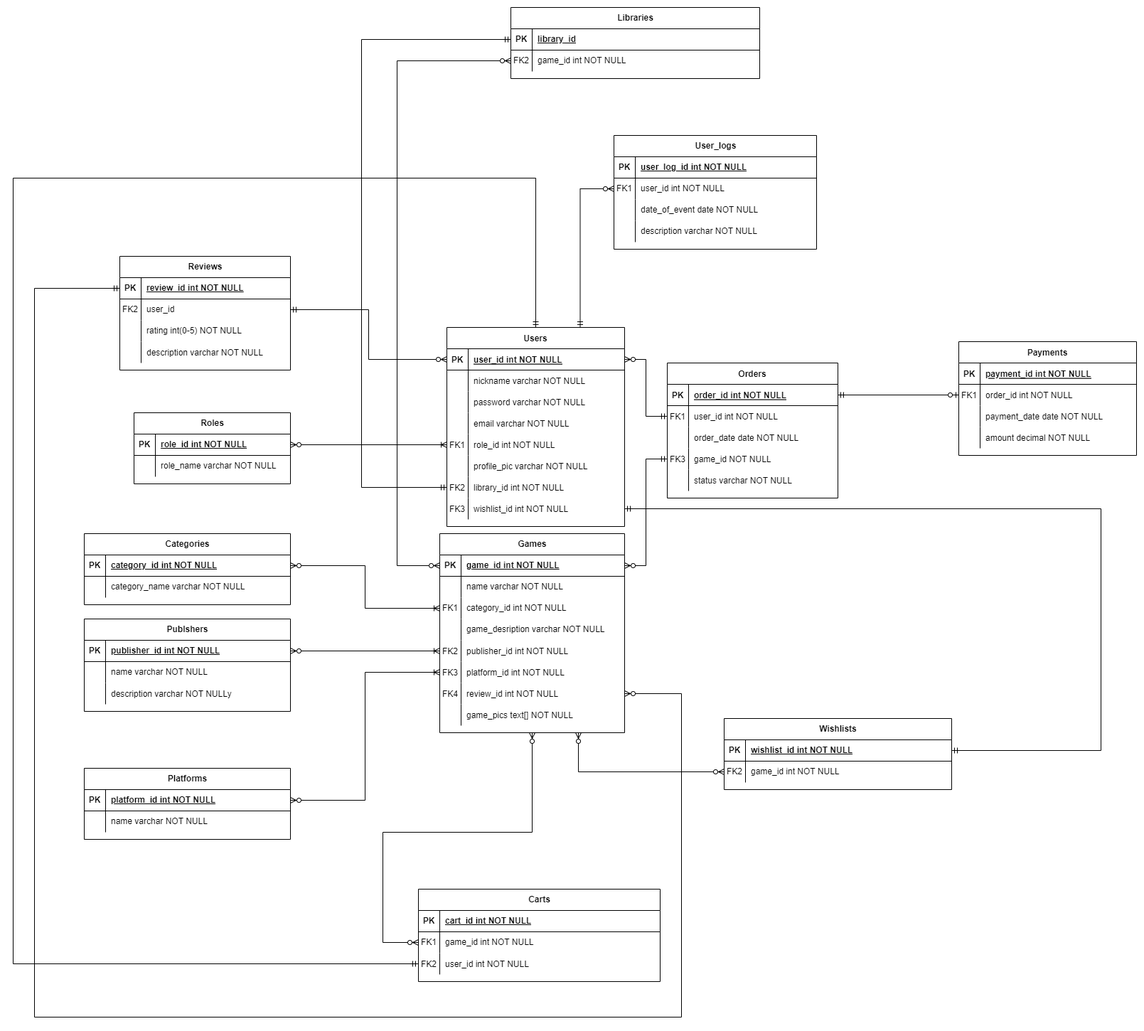
The draw.io diagram diagram.png in westcrime/data-models-and-database-management-systems, before a commit. Source tidied: cells renumbered, new cells last; positions are measured from the earlier drawing's top-left corner, leaving out a move shared by most shapes.
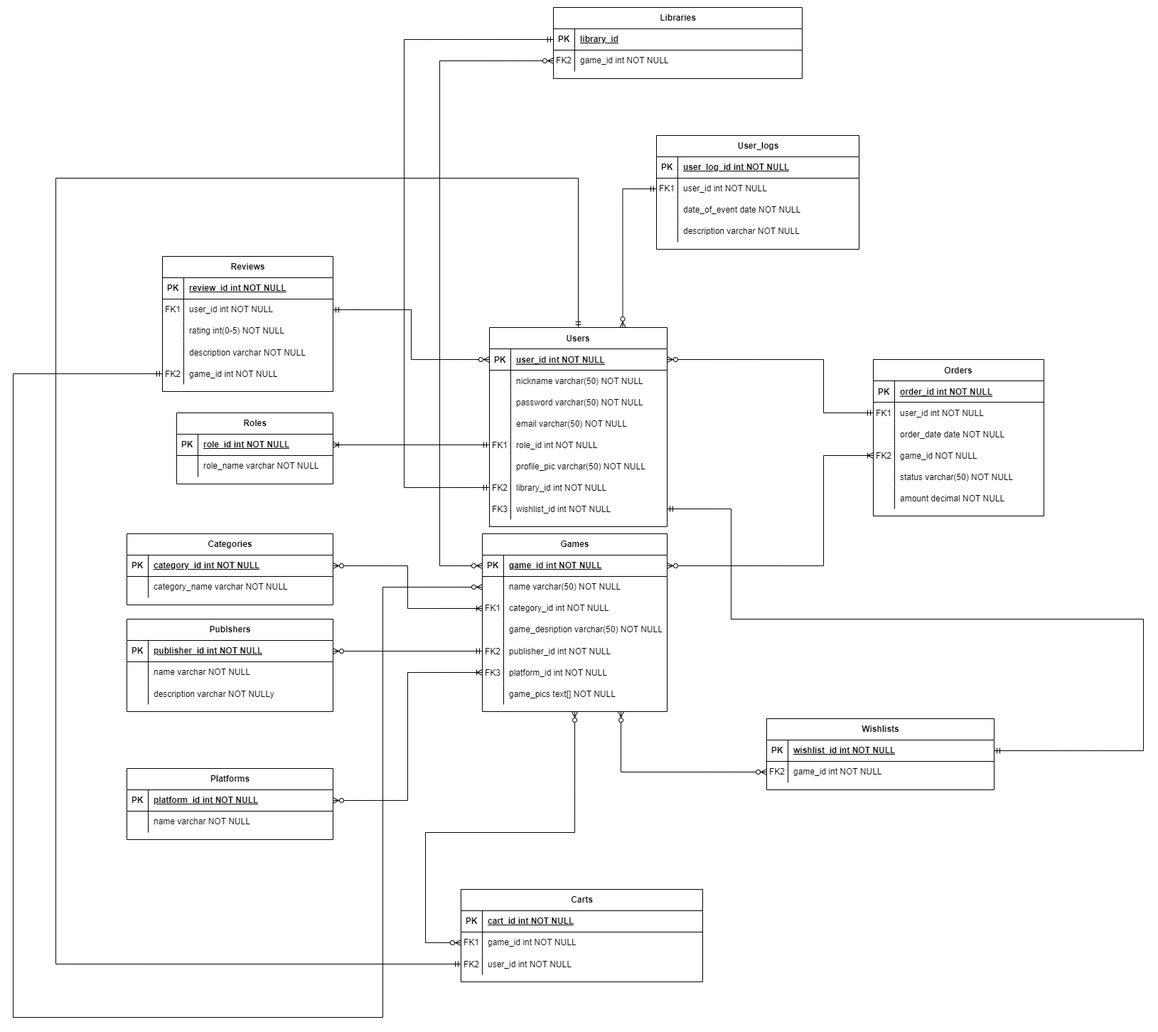
Later version of the same file.

Diff of the diagram source:
```diff
@@ -5,3 +5,3 @@
     <mxCell id="2" value="Orders" style="shape=table;startSize=30;rowLines=0;fontStyle=1;align=center;" parent="1" vertex="1">
-      <mxGeometry x="920" y="500" width="240" height="190" as="geometry" />
+      <mxGeometry x="1150" y="495" width="240" height="220" as="geometry" />
     </mxCell>
@@ -37,3 +37,3 @@
     </mxCell>
-    <mxCell id="13" value="FK3" style="shape=partialRectangle;fillColor=none;top=0;left=0;bottom=0;right=0;overflow=hidden;" parent="12" vertex="1">
+    <mxCell id="13" value="FK2" style="shape=partialRectangle;fillColor=none;top=0;left=0;bottom=0;right=0;overflow=hidden;" parent="12" vertex="1">
       <mxGeometry width="30" height="30" as="geometry" />
@@ -49,43 +49,13 @@
     </mxCell>
-    <mxCell id="17" value="status varchar NOT NULL" style="shape=partialRectangle;fillColor=none;top=0;left=0;bottom=0;right=0;align=left;spacingLeft=6;overflow=hidden;" parent="15" vertex="1">
+    <mxCell id="17" value="status varchar(50) NOT NULL" style="shape=partialRectangle;fillColor=none;top=0;left=0;bottom=0;right=0;align=left;spacingLeft=6;overflow=hidden;" parent="15" vertex="1">
       <mxGeometry x="30" width="210" height="30" as="geometry" />
     </mxCell>
-    <mxCell id="18" value="Payments" style="shape=table;startSize=30;rowLines=0;fontStyle=1;align=center;" parent="1" vertex="1">
-      <mxGeometry x="1330" y="470" width="250" height="160" as="geometry" />
-    </mxCell>
-    <mxCell id="19" style="shape=partialRectangle;fillColor=none;top=0;left=0;right=0;bottom=1;" parent="18" vertex="1">
-      <mxGeometry y="30" width="250" height="30" as="geometry" />
-    </mxCell>
-    <mxCell id="20" value="PK" style="shape=partialRectangle;overflow=hidden;fillColor=none;top=0;left=0;bottom=0;right=0;fontStyle=1;" parent="19" vertex="1">
-      <mxGeometry width="30" height="30" as="geometry" />
-    </mxCell>
-    <mxCell id="21" value="payment_id int NOT NULL " style="shape=partialRectangle;overflow=hidden;fillColor=none;top=0;left=0;bottom=0;right=0;align=left;spacingLeft=6;fontStyle=5;" parent="19" vertex="1">
-      <mxGeometry x="30" width="220" height="30" as="geometry" />
-    </mxCell>
-    <mxCell id="22" style="shape=partialRectangle;fillColor=none;points=[[0,0.5],[1,0.5]];portConstraint=eastwest;top=0;left=0;right=0;bottom=0;" parent="18" vertex="1">
-      <mxGeometry y="60" width="250" height="30" as="geometry" />
-    </mxCell>
-    <mxCell id="23" value="FK1" style="shape=partialRectangle;overflow=hidden;fillColor=none;top=0;left=0;bottom=0;right=0;" parent="22" vertex="1">
-      <mxGeometry width="30" height="30" as="geometry" />
-    </mxCell>
-    <mxCell id="24" value="order_id int NOT NULL" style="shape=partialRectangle;overflow=hidden;fillColor=none;top=0;left=0;bottom=0;right=0;align=left;spacingLeft=6;" parent="22" vertex="1">
-      <mxGeometry x="30" width="220" height="30" as="geometry" />
-    </mxCell>
-    <mxCell id="25" style="shape=partialRectangle;fillColor=none;top=0;left=0;right=0;bottom=0;" parent="18" vertex="1">
-      <mxGeometry y="90" width="250" height="30" as="geometry" />
-    </mxCell>
-    <mxCell id="26" style="shape=partialRectangle;overflow=hidden;fillColor=none;top=0;left=0;bottom=0;right=0;" parent="25" vertex="1">
-      <mxGeometry width="30" height="30" as="geometry" />
-    </mxCell>
-    <mxCell id="27" value="payment_date date NOT NULL" style="shape=partialRectangle;overflow=hidden;fillColor=none;top=0;left=0;bottom=0;right=0;align=left;spacingLeft=6;" parent="25" vertex="1">
-      <mxGeometry x="30" width="220" height="30" as="geometry" />
-    </mxCell>
-    <mxCell id="28" style="shape=tableRow;horizontal=0;startSize=0;swimlaneHead=0;swimlaneBody=0;fillColor=none;top=0;left=0;right=0;bottom=0;" parent="18" vertex="1">
-      <mxGeometry y="120" width="250" height="30" as="geometry" />
-    </mxCell>
+    <mxCell id="178" style="shape=tableRow;horizontal=0;startSize=0;swimlaneHead=0;swimlaneBody=0;fillColor=none;top=0;left=0;right=0;bottom=0;" parent="2" vertex="1">
+      <mxGeometry y="180" width="240" height="30" as="geometry" />
+    </mxCell>
-    <mxCell id="29" style="shape=partialRectangle;fillColor=none;top=0;left=0;bottom=0;right=0;overflow=hidden;" parent="28" vertex="1">
+    <mxCell id="29" style="shape=partialRectangle;fillColor=none;top=0;left=0;bottom=0;right=0;overflow=hidden;" parent="178" vertex="1">
       <mxGeometry width="30" height="30" as="geometry" />
     </mxCell>
-    <mxCell id="30" value="amount decimal NOT NULL" style="shape=partialRectangle;fillColor=none;top=0;left=0;bottom=0;right=0;align=left;spacingLeft=6;overflow=hidden;" parent="28" vertex="1">
-      <mxGeometry x="30" width="220" height="30" as="geometry" />
+    <mxCell id="30" value="amount decimal NOT NULL" style="shape=partialRectangle;fillColor=none;top=0;left=0;bottom=0;right=0;align=left;spacingLeft=6;overflow=hidden;" parent="178" vertex="1">
+      <mxGeometry x="30" width="210" height="30" as="geometry" />
     </mxCell>
@@ -109,3 +79,3 @@
     </mxCell>
-    <mxCell id="37" value="nickname varchar NOT NULL" style="shape=partialRectangle;overflow=hidden;fillColor=none;top=0;left=0;bottom=0;right=0;align=left;spacingLeft=6;" parent="35" vertex="1">
+    <mxCell id="37" value="nickname varchar(50) NOT NULL" style="shape=partialRectangle;overflow=hidden;fillColor=none;top=0;left=0;bottom=0;right=0;align=left;spacingLeft=6;" parent="35" vertex="1">
       <mxGeometry x="30" width="220" height="30" as="geometry" />
@@ -118,3 +88,3 @@
     </mxCell>
-    <mxCell id="40" value="password varchar NOT NULL" style="shape=partialRectangle;fillColor=none;top=0;left=0;bottom=0;right=0;align=left;spacingLeft=6;overflow=hidden;" parent="38" vertex="1">
+    <mxCell id="40" value="password varchar(50) NOT NULL" style="shape=partialRectangle;fillColor=none;top=0;left=0;bottom=0;right=0;align=left;spacingLeft=6;overflow=hidden;" parent="38" vertex="1">
       <mxGeometry x="30" width="220" height="30" as="geometry" />
@@ -127,3 +97,3 @@
     </mxCell>
-    <mxCell id="43" value="email varchar NOT NULL" style="shape=partialRectangle;fillColor=none;top=0;left=0;bottom=0;right=0;align=left;spacingLeft=6;overflow=hidden;" parent="41" vertex="1">
+    <mxCell id="43" value="email varchar(50) NOT NULL" style="shape=partialRectangle;fillColor=none;top=0;left=0;bottom=0;right=0;align=left;spacingLeft=6;overflow=hidden;" parent="41" vertex="1">
       <mxGeometry x="30" width="220" height="30" as="geometry" />
@@ -145,3 +115,3 @@
     </mxCell>
-    <mxCell id="49" value="profile_pic varchar NOT NULL" style="shape=partialRectangle;fillColor=none;top=0;left=0;bottom=0;right=0;align=left;spacingLeft=6;overflow=hidden;" parent="47" vertex="1">
+    <mxCell id="49" value="profile_pic varchar(50) NOT NULL" style="shape=partialRectangle;fillColor=none;top=0;left=0;bottom=0;right=0;align=left;spacingLeft=6;overflow=hidden;" parent="47" vertex="1">
       <mxGeometry x="30" width="220" height="30" as="geometry" />
@@ -167,3 +137,3 @@
     <mxCell id="56" value="Games" style="shape=table;startSize=30;rowLines=0;fontStyle=1;align=center;html=1;" parent="1" vertex="1">
-      <mxGeometry x="600" y="740" width="260" height="280" as="geometry" />
+      <mxGeometry x="600" y="740" width="260" height="250" as="geometry" />
     </mxCell>
@@ -184,3 +154,3 @@
     </mxCell>
-    <mxCell id="62" value="name varchar NOT NULL" style="shape=partialRectangle;fillColor=none;top=0;left=0;bottom=0;right=0;align=left;spacingLeft=6;overflow=hidden;whiteSpace=wrap;html=1;" parent="60" vertex="1">
+    <mxCell id="62" value="name varchar(50) NOT NULL" style="shape=partialRectangle;fillColor=none;top=0;left=0;bottom=0;right=0;align=left;spacingLeft=6;overflow=hidden;whiteSpace=wrap;html=1;" parent="60" vertex="1">
       <mxGeometry x="30" width="230" height="30" as="geometry" />
@@ -202,3 +172,3 @@
     </mxCell>
-    <mxCell id="68" value="game_desription varchar NOT NULL" style="shape=partialRectangle;fillColor=none;top=0;left=0;bottom=0;right=0;align=left;spacingLeft=6;overflow=hidden;whiteSpace=wrap;html=1;" parent="66" vertex="1">
+    <mxCell id="68" value="game_desription varchar(50) NOT NULL" style="shape=partialRectangle;fillColor=none;top=0;left=0;bottom=0;right=0;align=left;spacingLeft=6;overflow=hidden;whiteSpace=wrap;html=1;" parent="66" vertex="1">
       <mxGeometry x="30" width="230" height="30" as="geometry" />
@@ -223,13 +193,4 @@
     </mxCell>
-    <mxCell id="75" style="shape=tableRow;horizontal=0;startSize=0;swimlaneHead=0;swimlaneBody=0;fillColor=none;points=[[0,0.5],[1,0.5]];portConstraint=eastwest;top=0;left=0;right=0;bottom=0;" parent="56" vertex="1">
-      <mxGeometry y="210" width="260" height="30" as="geometry" />
-    </mxCell>
-    <mxCell id="76" value="FK4" style="shape=partialRectangle;fillColor=none;top=0;left=0;bottom=0;right=0;overflow=hidden;" parent="75" vertex="1">
-      <mxGeometry width="30" height="30" as="geometry" />
-    </mxCell>
-    <mxCell id="77" value="review_id int NOT NULL" style="shape=partialRectangle;fillColor=none;top=0;left=0;bottom=0;right=0;align=left;spacingLeft=6;overflow=hidden;" parent="75" vertex="1">
-      <mxGeometry x="30" width="230" height="30" as="geometry" />
-    </mxCell>
     <mxCell id="78" style="shape=tableRow;horizontal=0;startSize=0;swimlaneHead=0;swimlaneBody=0;fillColor=none;top=0;left=0;right=0;bottom=0;" parent="56" vertex="1">
-      <mxGeometry y="240" width="260" height="30" as="geometry" />
+      <mxGeometry y="210" width="260" height="30" as="geometry" />
     </mxCell>
@@ -314,3 +275,3 @@
     <mxCell id="105" value="Reviews" style="shape=table;startSize=30;rowLines=0;fontStyle=1;align=center;html=1;" parent="1" vertex="1">
-      <mxGeometry x="150" y="350" width="240" height="160" as="geometry" />
+      <mxGeometry x="150" y="350" width="240" height="190" as="geometry" />
     </mxCell>
@@ -328,6 +289,6 @@
     </mxCell>
-    <mxCell id="110" value="FK2" style="shape=partialRectangle;fillColor=none;top=0;left=0;bottom=0;right=0;overflow=hidden;whiteSpace=wrap;html=1;" parent="109" vertex="1">
+    <mxCell id="110" value="FK1" style="shape=partialRectangle;fillColor=none;top=0;left=0;bottom=0;right=0;overflow=hidden;whiteSpace=wrap;html=1;" parent="109" vertex="1">
       <mxGeometry width="30" height="30" as="geometry" />
     </mxCell>
-    <mxCell id="111" value="user_id" style="shape=partialRectangle;fillColor=none;top=0;left=0;bottom=0;right=0;align=left;spacingLeft=6;overflow=hidden;whiteSpace=wrap;html=1;" parent="109" vertex="1">
+    <mxCell id="111" value="user_id&amp;nbsp;int NOT NULL" style="shape=partialRectangle;fillColor=none;top=0;left=0;bottom=0;right=0;align=left;spacingLeft=6;overflow=hidden;whiteSpace=wrap;html=1;" parent="109" vertex="1">
       <mxGeometry x="30" width="210" height="30" as="geometry" />
@@ -352,2 +313,11 @@
     </mxCell>
+    <mxCell id="179" style="shape=tableRow;horizontal=0;startSize=0;swimlaneHead=0;swimlaneBody=0;fillColor=none;points=[[0,0.5],[1,0.5]];portConstraint=eastwest;top=0;left=0;right=0;bottom=0;" parent="105" vertex="1">
+      <mxGeometry y="150" width="240" height="30" as="geometry" />
+    </mxCell>
+    <mxCell id="180" value="FK2" style="shape=partialRectangle;fillColor=none;top=0;left=0;bottom=0;right=0;overflow=hidden;" parent="179" vertex="1">
+      <mxGeometry width="30" height="30" as="geometry" />
+    </mxCell>
+    <mxCell id="181" value="game_id int NOT NULL" style="shape=partialRectangle;fillColor=none;top=0;left=0;bottom=0;right=0;align=left;spacingLeft=6;overflow=hidden;" parent="179" vertex="1">
+      <mxGeometry x="30" width="210" height="30" as="geometry" />
+    </mxCell>
     <mxCell id="118" value="Categories" style="shape=table;startSize=30;rowLines=0;fontStyle=1;align=center;html=1;" parent="1" vertex="1">
@@ -501,6 +471,6 @@
     </mxCell>
-    <mxCell id="164" style="edgeStyle=orthogonalEdgeStyle;fontSize=12;html=1;endArrow=ERzeroToMany;startArrow=ERmandOne;rounded=0;exitX=0.75;exitY=0;exitDx=0;exitDy=0;entryX=0;entryY=0.5;entryDx=0;entryDy=0;" parent="1" edge="1" source="31" target="147">
+    <mxCell id="164" style="edgeStyle=orthogonalEdgeStyle;fontSize=12;html=1;endArrow=ERzeroToMany;startArrow=ERmandOne;rounded=0;entryX=0.75;entryY=0;entryDx=0;entryDy=0;exitX=0;exitY=0.5;exitDx=0;exitDy=0;" parent="1" edge="1" source="147" target="31">
       <mxGeometry relative="1" as="geometry" />
     </mxCell>
-    <mxCell id="165" style="edgeStyle=orthogonalEdgeStyle;fontSize=12;html=1;endArrow=ERzeroToMany;startArrow=ERmandOne;rounded=0;exitX=1;exitY=0.5;exitDx=0;exitDy=0;entryX=0;entryY=0.5;entryDx=0;entryDy=0;elbow=vertical;" parent="1" edge="1" source="109" target="32">
+    <mxCell id="165" style="edgeStyle=orthogonalEdgeStyle;fontSize=12;html=1;endArrow=ERzeroToMany;startArrow=ERmandOne;rounded=0;exitX=1;exitY=0.5;exitDx=0;exitDy=0;elbow=vertical;entryX=0;entryY=0.5;entryDx=0;entryDy=0;" parent="1" edge="1" source="109" target="32">
       <mxGeometry relative="1" as="geometry" />
@@ -510,3 +480,5 @@
         <Array as="points">
-          <mxPoint x="1530" y="705" />
+          <mxPoint x="950" y="705" />
+          <mxPoint x="950" y="860" />
+          <mxPoint x="1530" y="860" />
           <mxPoint x="1530" y="1045" />
@@ -515,12 +487,2 @@
     </mxCell>
-    <mxCell id="167" style="edgeStyle=orthogonalEdgeStyle;fontSize=12;html=1;endArrow=ERzeroToMany;startArrow=ERmandOne;rounded=0;entryX=1;entryY=0.5;entryDx=0;entryDy=0;exitX=0;exitY=0.5;exitDx=0;exitDy=0;" parent="1" edge="1" source="106" target="75">
-      <mxGeometry relative="1" as="geometry">
-        <Array as="points">
-          <mxPoint x="30" y="395" />
-          <mxPoint x="30" y="1420" />
-          <mxPoint x="940" y="1420" />
-          <mxPoint x="940" y="965" />
-        </Array>
-      </mxGeometry>
-    </mxCell>
     <mxCell id="168" style="edgeStyle=orthogonalEdgeStyle;fontSize=12;html=1;endArrow=ERzeroToMany;endFill=1;startArrow=ERzeroToMany;rounded=0;entryX=0;entryY=0.5;entryDx=0;entryDy=0;exitX=0;exitY=0.5;exitDx=0;exitDy=0;" parent="1" edge="1" source="57" target="160">
@@ -542,5 +504,2 @@
     </mxCell>
-    <mxCell id="170" style="edgeStyle=orthogonalEdgeStyle;fontSize=12;html=1;endArrow=ERzeroToMany;startArrow=ERmandOne;rounded=0;entryX=1;entryY=0.5;entryDx=0;entryDy=0;exitX=0;exitY=0.5;exitDx=0;exitDy=0;" parent="1" edge="1" source="12" target="57">
-      <mxGeometry relative="1" as="geometry" />
-    </mxCell>
     <mxCell id="171" style="edgeStyle=orthogonalEdgeStyle;fontSize=12;html=1;endArrow=ERoneToMany;startArrow=ERzeroToMany;rounded=0;exitX=1;exitY=0.5;exitDx=0;exitDy=0;entryX=0;entryY=0.5;entryDx=0;entryDy=0;" parent="1" edge="1" source="119" target="63">
@@ -548,5 +507,2 @@
     </mxCell>
-    <mxCell id="172" style="edgeStyle=orthogonalEdgeStyle;fontSize=12;html=1;endArrow=ERoneToMany;startArrow=ERzeroToMany;rounded=0;exitX=1;exitY=0.5;exitDx=0;exitDy=0;entryX=0;entryY=0.5;entryDx=0;entryDy=0;" parent="1" edge="1" source="82" target="69">
-      <mxGeometry relative="1" as="geometry" />
-    </mxCell>
     <mxCell id="173" style="edgeStyle=orthogonalEdgeStyle;fontSize=12;html=1;endArrow=ERoneToMany;startArrow=ERzeroToMany;rounded=0;exitX=1;exitY=0.5;exitDx=0;exitDy=0;entryX=0;entryY=0.5;entryDx=0;entryDy=0;" parent="1" edge="1" source="92" target="72">
@@ -554,7 +510,9 @@
     </mxCell>
-    <mxCell id="174" style="edgeStyle=orthogonalEdgeStyle;fontSize=12;html=1;endArrow=ERoneToMany;startArrow=ERzeroToMany;rounded=0;exitX=1;exitY=0.5;exitDx=0;exitDy=0;entryX=0;entryY=0.5;entryDx=0;entryDy=0;" parent="1" edge="1" source="99" target="44">
-      <mxGeometry relative="1" as="geometry" />
-    </mxCell>
-    <mxCell id="175" style="edgeStyle=entityRelationEdgeStyle;fontSize=12;html=1;endArrow=ERzeroToMany;startArrow=ERmandOne;rounded=0;entryX=1;entryY=0.5;entryDx=0;entryDy=0;exitX=0;exitY=0.5;exitDx=0;exitDy=0;" parent="1" edge="1" source="6" target="32">
-      <mxGeometry relative="1" as="geometry" />
+    <mxCell id="175" style="edgeStyle=orthogonalEdgeStyle;fontSize=12;html=1;endArrow=ERzeroToMany;startArrow=ERmandOne;rounded=0;entryX=1;entryY=0.5;entryDx=0;entryDy=0;exitX=0;exitY=0.5;exitDx=0;exitDy=0;" parent="1" edge="1" source="6" target="32">
+      <mxGeometry relative="1" as="geometry">
+        <Array as="points">
+          <mxPoint x="1080" y="570" />
+          <mxPoint x="1080" y="495" />
+        </Array>
+      </mxGeometry>
     </mxCell>
@@ -567,5 +525,26 @@
     </mxCell>
-    <mxCell id="177" style="edgeStyle=orthogonalEdgeStyle;fontSize=12;html=1;endArrow=ERzeroToOne;startArrow=ERmandOne;rounded=0;exitX=1;exitY=0.5;exitDx=0;exitDy=0;entryX=0;entryY=0.5;entryDx=0;entryDy=0;" parent="1" edge="1" source="3" target="22">
-      <mxGeometry relative="1" as="geometry" />
-    </mxCell>
+    <mxCell id="182" style="edgeStyle=orthogonalEdgeStyle;fontSize=12;html=1;endArrow=ERoneToMany;startArrow=ERmandOne;rounded=0;exitX=0;exitY=0.5;exitDx=0;exitDy=0;entryX=1;entryY=0.5;entryDx=0;entryDy=0;" parent="1" edge="1" source="44" target="99">
+      <mxGeometry relative="1" as="geometry" />
+    </mxCell>
+    <mxCell id="183" style="edgeStyle=orthogonalEdgeStyle;fontSize=12;html=1;endArrow=ERzeroToMany;startArrow=ERmandOne;rounded=0;exitX=0;exitY=0.5;exitDx=0;exitDy=0;entryX=0;entryY=0.5;entryDx=0;entryDy=0;" parent="1" edge="1" source="179" target="60">
+      <mxGeometry relative="1" as="geometry">
+        <Array as="points">
+          <mxPoint x="-60" y="515" />
+          <mxPoint x="-60" y="1420" />
+          <mxPoint x="460" y="1420" />
+          <mxPoint x="460" y="815" />
+        </Array>
+      </mxGeometry>
+    </mxCell>
+    <mxCell id="184" style="edgeStyle=orthogonalEdgeStyle;fontSize=12;html=1;endArrow=ERoneToMany;startArrow=ERzeroToMany;rounded=0;entryX=0;entryY=0.5;entryDx=0;entryDy=0;exitX=1;exitY=0.5;exitDx=0;exitDy=0;" parent="1" edge="1" source="57" target="12">
+      <mxGeometry relative="1" as="geometry">
+        <Array as="points">
+          <mxPoint x="1080" y="785" />
+          <mxPoint x="1080" y="630" />
+        </Array>
+      </mxGeometry>
+    </mxCell>
+    <mxCell id="185" style="edgeStyle=orthogonalEdgeStyle;fontSize=12;html=1;endArrow=ERzeroToMany;startArrow=ERmandOne;rounded=0;entryX=1;entryY=0.5;entryDx=0;entryDy=0;exitX=0;exitY=0.5;exitDx=0;exitDy=0;" parent="1" edge="1" source="69" target="82">
+      <mxGeometry relative="1" as="geometry" />
+    </mxCell>
   </root>
```
